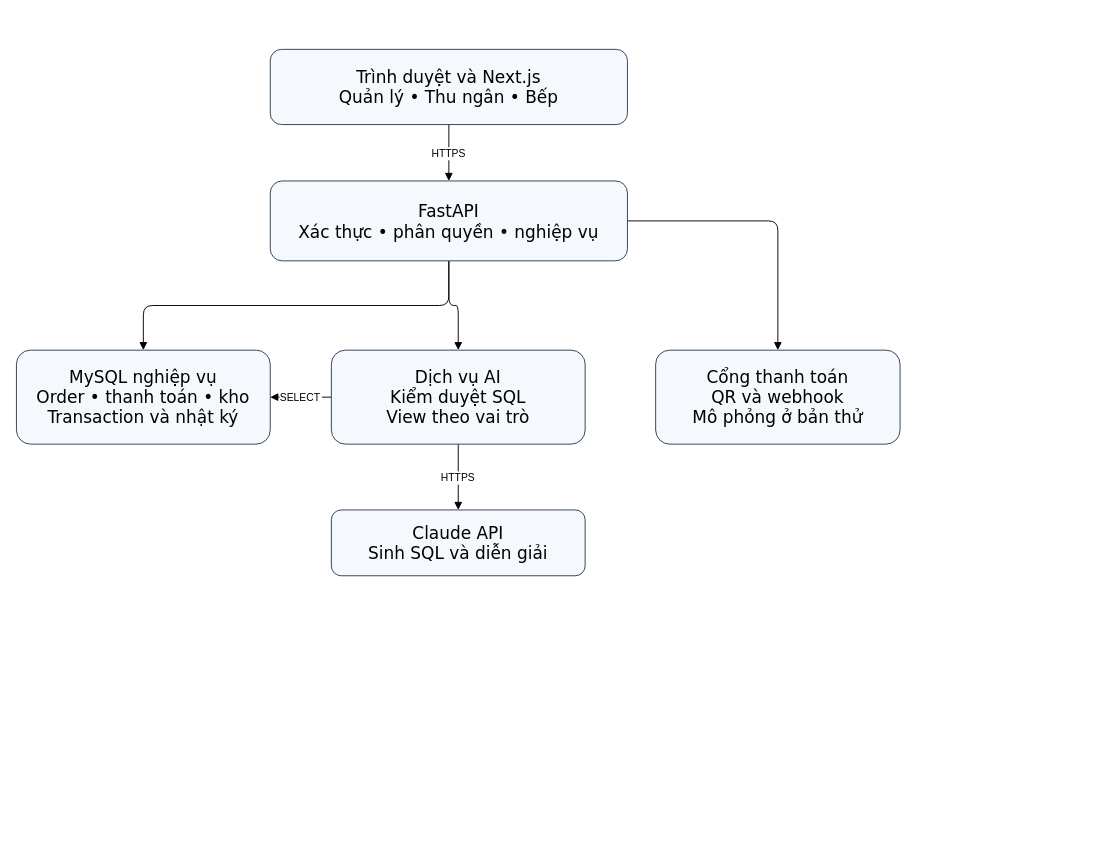
Above: page "Kiến trúc thành phần" (7 of 17) of docs/So_do/ClassDiagram_HeThongQuanLyNhaHang.drawio in nminhzzz/restaurant-management-ai (draw.io), before the change. Source tidied: cells renumbered, new cells numbered last; positions are measured from the earlier drawing's top-left corner, leaving out a move shared by most shapes. Both pictures are drawn from the tidied source at 94%, with x=0, y=0 at pixel (16, 49).
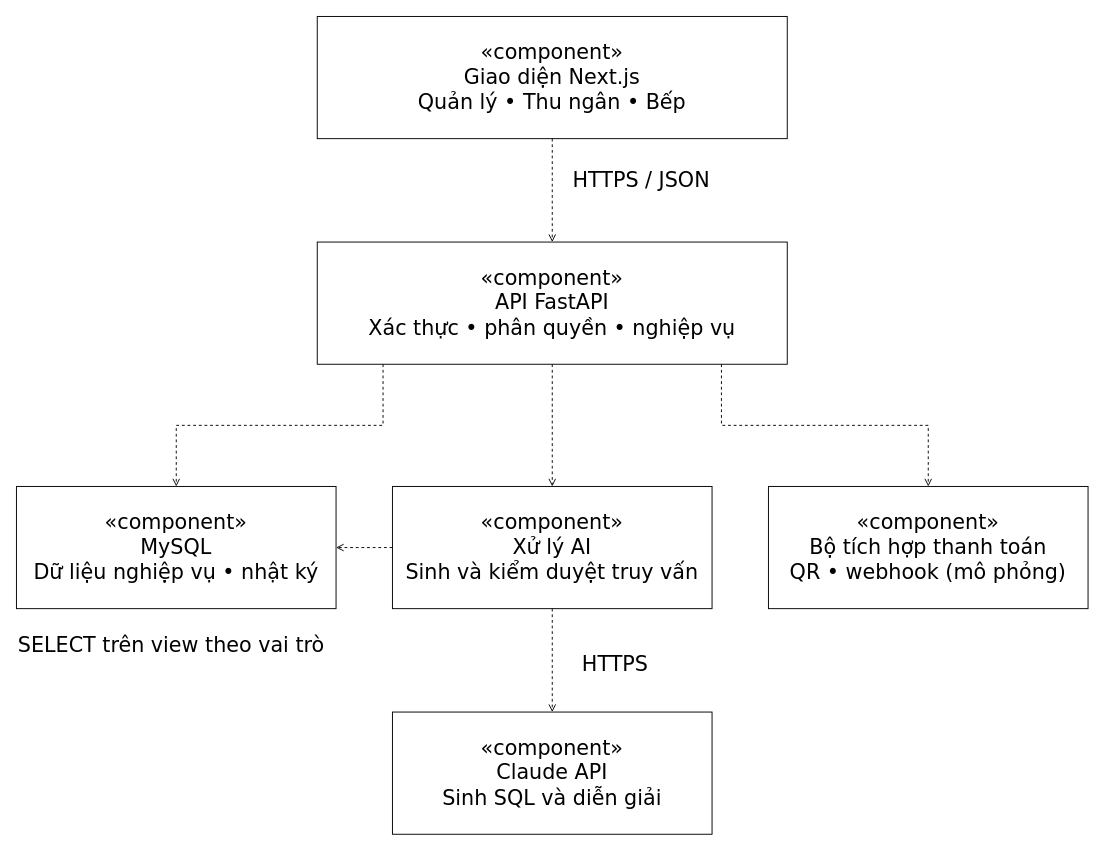
The same page after the edit.

What changed in the source:
```diff
@@
 <mxGraphModel>
   <root>
     <mxCell id="0" />
     <mxCell id="1" parent="0" />
-    <mxCell id="2" value="HTTPS" style="edgeStyle=orthogonalEdgeStyle;endArrow=block;html=0;" parent="1" edge="1" source="8" target="9">
-      <mxGeometry relative="1" as="geometry" />
-    </mxCell>
-    <mxCell id="3" style="edgeStyle=orthogonalEdgeStyle;endArrow=block;html=0;" parent="1" edge="1" source="9" target="10">
-      <mxGeometry relative="1" as="geometry" />
-    </mxCell>
-    <mxCell id="4" style="edgeStyle=orthogonalEdgeStyle;endArrow=block;html=0;" parent="1" edge="1" source="9" target="11">
-      <mxGeometry relative="1" as="geometry" />
-    </mxCell>
-    <mxCell id="5" style="edgeStyle=orthogonalEdgeStyle;endArrow=block;html=0;" parent="1" edge="1" source="9" target="12">
-      <mxGeometry relative="1" as="geometry" />
-    </mxCell>
-    <mxCell id="6" value="SELECT" style="edgeStyle=orthogonalEdgeStyle;endArrow=block;html=0;" parent="1" edge="1" source="11" target="10">
-      <mxGeometry relative="1" as="geometry" />
-    </mxCell>
-    <mxCell id="7" value="HTTPS" style="edgeStyle=orthogonalEdgeStyle;endArrow=block;html=0;" parent="1" edge="1" source="11" target="13">
-      <mxGeometry relative="1" as="geometry" />
-    </mxCell>
-    <mxCell id="8" value="Trình duyệt và Next.js&#10;Quản lý • Thu ngân • Bếp" style="rounded=1;whiteSpace=wrap;html=0;fontSize=13;fillColor=#eef3f7;strokeColor=#647d91;fontSize=18;fontFamily=DejaVu Sans;fillColor=#F5F8FC;strokeColor=#2C3E50;" parent="1" vertex="1">
-      <mxGeometry x="270" width="380" height="80" as="geometry" />
+    <mxCell id="8" value="«component»&#10;Giao diện Next.js&#10;Quản lý • Thu ngân • Bếp" style="rounded=0;fillColor=#FFFFFF;fontColor=#000000;strokeColor=#000000;fontFamily=DejaVu Sans;fontSize=22;whiteSpace=wrap;html=0;" parent="1" vertex="1">
+      <mxGeometry x="320" y="-35" width="500" height="130" as="geometry" />
     </mxCell>
-    <mxCell id="9" value="FastAPI&#10;Xác thực • phân quyền • nghiệp vụ" style="rounded=1;whiteSpace=wrap;html=0;fontSize=13;fillColor=#eef3f7;strokeColor=#647d91;fontSize=18;fontFamily=DejaVu Sans;fillColor=#F5F8FC;strokeColor=#2C3E50;" parent="1" vertex="1">
-      <mxGeometry x="270" y="140" width="380" height="85" as="geometry" />
+    <mxCell id="9" value="«component»&#10;API FastAPI&#10;Xác thực • phân quyền • nghiệp vụ" style="rounded=0;fillColor=#FFFFFF;fontColor=#000000;strokeColor=#000000;fontFamily=DejaVu Sans;fontSize=22;whiteSpace=wrap;html=0;" parent="1" vertex="1">
+      <mxGeometry x="320" y="205" width="500" height="130" as="geometry" />
     </mxCell>
-    <mxCell id="10" value="MySQL nghiệp vụ&#10;Order • thanh toán • kho&#10;Transaction và nhật ký" style="rounded=1;whiteSpace=wrap;html=0;fontSize=13;fillColor=#eef3f7;strokeColor=#647d91;fontSize=18;fontFamily=DejaVu Sans;fillColor=#F5F8FC;strokeColor=#2C3E50;" parent="1" vertex="1">
-      <mxGeometry y="320" width="270" height="100" as="geometry" />
+    <mxCell id="10" value="«component»&#10;MySQL&#10;Dữ liệu nghiệp vụ • nhật ký" style="rounded=0;fillColor=#FFFFFF;fontColor=#000000;strokeColor=#000000;fontFamily=DejaVu Sans;fontSize=22;whiteSpace=wrap;html=0;" parent="1" vertex="1">
+      <mxGeometry y="465" width="340" height="130" as="geometry" />
     </mxCell>
-    <mxCell id="11" value="Dịch vụ AI&#10;Kiểm duyệt SQL&#10;View theo vai trò" style="rounded=1;whiteSpace=wrap;html=0;fontSize=13;fillColor=#eef3f7;strokeColor=#647d91;fontSize=18;fontFamily=DejaVu Sans;fillColor=#F5F8FC;strokeColor=#2C3E50;" parent="1" vertex="1">
-      <mxGeometry x="335" y="320" width="270" height="100" as="geometry" />
+    <mxCell id="11" value="«component»&#10;Xử lý AI&#10;Sinh và kiểm duyệt truy vấn" style="rounded=0;fillColor=#FFFFFF;fontColor=#000000;strokeColor=#000000;fontFamily=DejaVu Sans;fontSize=22;whiteSpace=wrap;html=0;" parent="1" vertex="1">
+      <mxGeometry x="400" y="465" width="340" height="130" as="geometry" />
     </mxCell>
-    <mxCell id="12" value="Cổng thanh toán&#10;QR và webhook&#10;Mô phỏng ở bản thử" style="rounded=1;whiteSpace=wrap;html=0;fontSize=13;fillColor=#eef3f7;strokeColor=#647d91;fontSize=18;fontFamily=DejaVu Sans;fillColor=#F5F8FC;strokeColor=#2C3E50;" parent="1" vertex="1">
-      <mxGeometry x="680" y="320" width="260" height="100" as="geometry" />
+    <mxCell id="12" value="«component»&#10;Bộ tích hợp thanh toán&#10;QR • webhook (mô phỏng)" style="rounded=0;fillColor=#FFFFFF;fontColor=#000000;strokeColor=#000000;fontFamily=DejaVu Sans;fontSize=22;whiteSpace=wrap;html=0;" parent="1" vertex="1">
+      <mxGeometry x="800" y="465" width="340" height="130" as="geometry" />
     </mxCell>
-    <mxCell id="13" value="Claude API&#10;Sinh SQL và diễn giải" style="rounded=1;whiteSpace=wrap;html=0;fontSize=13;fillColor=#eef3f7;strokeColor=#647d91;fontSize=18;fontFamily=DejaVu Sans;fillColor=#F5F8FC;strokeColor=#2C3E50;" parent="1" vertex="1">
-      <mxGeometry x="335" y="490" width="270" height="70" as="geometry" />
+    <mxCell id="13" value="«component»&#10;Claude API&#10;Sinh SQL và diễn giải" style="rounded=0;fillColor=#FFFFFF;fontColor=#000000;strokeColor=#000000;fontFamily=DejaVu Sans;fontSize=22;whiteSpace=wrap;html=0;" parent="1" vertex="1">
+      <mxGeometry x="400" y="705" width="340" height="130" as="geometry" />
     </mxCell>
+    <mxCell id="3" style="edgeStyle=orthogonalEdgeStyle;rounded=0;startArrow=none;endArrow=open;dashed=1;strokeColor=#000000;fontColor=#000000;fontSize=16;html=0;exitX=0.5;exitY=1.0;exitPerimeter=0;entryX=0.5;entryY=0.0;entryPerimeter=0;" parent="1" edge="1" source="8" target="9">
+      <mxGeometry relative="1" as="geometry" />
+    </mxCell>
+    <mxCell id="4" style="edgeStyle=orthogonalEdgeStyle;rounded=0;startArrow=none;endArrow=open;dashed=1;strokeColor=#000000;fontColor=#000000;fontSize=16;html=0;exitX=0.14;exitY=1.0;exitPerimeter=0;entryX=0.5;entryY=0.0;entryPerimeter=0;" parent="1" edge="1" source="9" target="10">
+      <mxGeometry relative="1" as="geometry" />
+    </mxCell>
+    <mxCell id="5" style="edgeStyle=orthogonalEdgeStyle;rounded=0;startArrow=none;endArrow=open;dashed=1;strokeColor=#000000;fontColor=#000000;fontSize=16;html=0;exitX=0.5;exitY=1.0;exitPerimeter=0;entryX=0.5;entryY=0.0;entryPerimeter=0;" parent="1" edge="1" source="9" target="11">
+      <mxGeometry relative="1" as="geometry" />
+    </mxCell>
+    <mxCell id="6" style="edgeStyle=orthogonalEdgeStyle;rounded=0;startArrow=none;endArrow=open;dashed=1;strokeColor=#000000;fontColor=#000000;fontSize=16;html=0;exitX=0.86;exitY=1.0;exitPerimeter=0;entryX=0.5;entryY=0.0;entryPerimeter=0;" parent="1" edge="1" source="9" target="12">
+      <mxGeometry relative="1" as="geometry" />
+    </mxCell>
+    <mxCell id="7" style="edgeStyle=orthogonalEdgeStyle;rounded=0;startArrow=none;endArrow=open;dashed=1;strokeColor=#000000;fontColor=#000000;fontSize=16;html=0;exitX=0.0;exitY=0.5;exitPerimeter=0;entryX=1.0;entryY=0.5;entryPerimeter=0;" parent="1" edge="1" source="11" target="10">
+      <mxGeometry relative="1" as="geometry" />
+    </mxCell>
+    <mxCell id="14" style="edgeStyle=orthogonalEdgeStyle;rounded=0;startArrow=none;endArrow=open;dashed=1;strokeColor=#000000;fontColor=#000000;fontSize=16;html=0;exitX=0.5;exitY=1.0;exitPerimeter=0;entryX=0.5;entryY=0.0;entryPerimeter=0;" parent="1" edge="1" source="11" target="13">
+      <mxGeometry relative="1" as="geometry" />
+    </mxCell>
+    <mxCell id="15" value="HTTPS / JSON" style="text;strokeColor=none;fillColor=none;fontColor=#000000;strokeColor=#000000;fontFamily=DejaVu Sans;fontSize=22;whiteSpace=wrap;html=0;strokeColor=none;fillColor=none;" parent="1" vertex="1">
+      <mxGeometry x="590" y="120" width="190" height="35" as="geometry" />
+    </mxCell>
+    <mxCell id="16" value="SELECT trên view theo vai trò" style="text;strokeColor=none;fillColor=none;fontColor=#000000;strokeColor=#000000;fontFamily=DejaVu Sans;fontSize=22;whiteSpace=wrap;html=0;strokeColor=none;fillColor=none;" parent="1" vertex="1">
+      <mxGeometry y="615" width="360" height="65" as="geometry" />
+    </mxCell>
+    <mxCell id="2" value="HTTPS" style="text;strokeColor=none;fillColor=none;fontColor=#000000;strokeColor=#000000;fontFamily=DejaVu Sans;fontSize=22;whiteSpace=wrap;html=0;strokeColor=none;fillColor=none;" parent="1" vertex="1">
+      <mxGeometry x="600" y="635" width="140" height="35" as="geometry" />
+    </mxCell>
   </root>
 </mxGraphModel>
```
